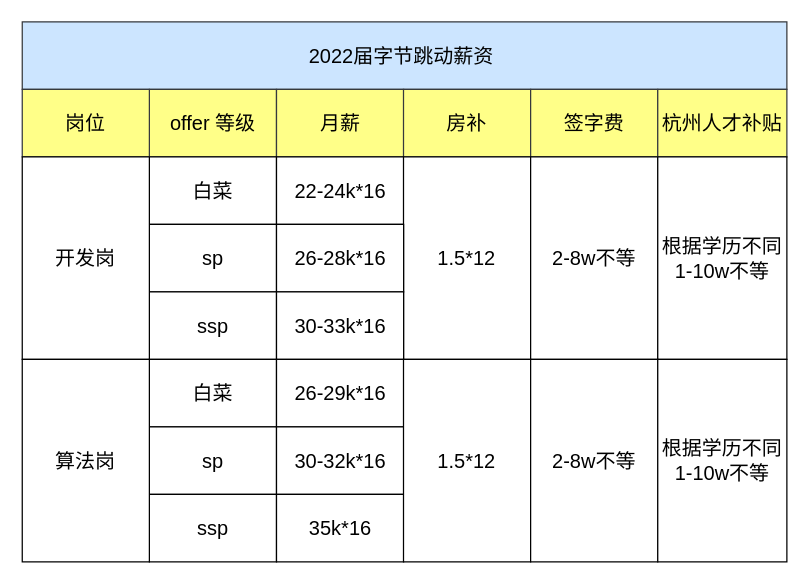
Before: 杂/22届字节.drawio in xiaolincoder/ImageHost4, a draw.io diagram. Source tidied: cells renumbered, new cells numbered last; positions are measured from the earlier drawing's top-left corner, leaving out a move shared by most shapes. Both pictures are drawn from the tidied source at 125%, with x=0, y=0 at pixel (21, 21).
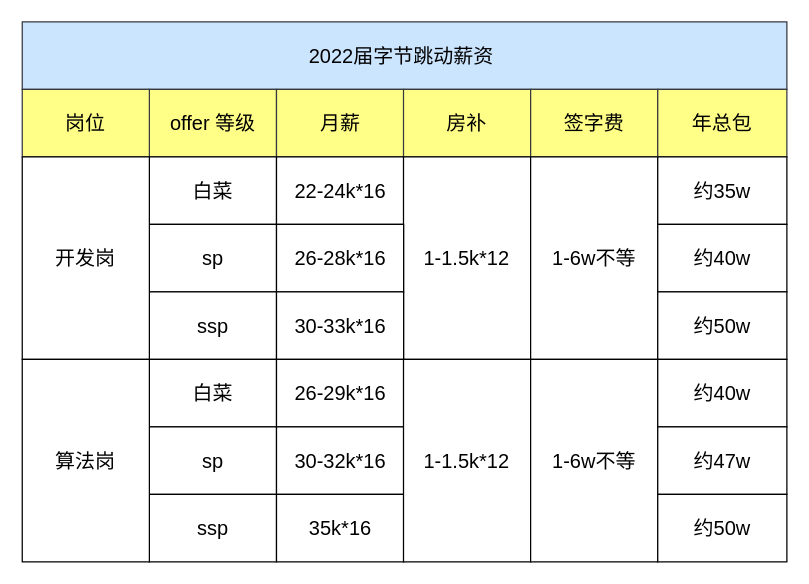
The same diagram, later.

Diff of the diagram source:
```diff
@@
-    <mxCell id="9" value="1.5*12" style="rounded=0;whiteSpace=wrap;html=1;fontSize=16;" parent="1" vertex="1">
+    <mxCell id="9" value="1-1.5k*12" style="rounded=0;whiteSpace=wrap;html=1;fontSize=16;" parent="1" vertex="1">
       <mxGeometry x="305.3" y="108" width="101.7" height="162" as="geometry" />
     </mxCell>
-    <mxCell id="10" value="2-8w不等" style="rounded=0;whiteSpace=wrap;html=1;fontSize=16;" parent="1" vertex="1">
+    <mxCell id="10" value="1-6w不等" style="rounded=0;whiteSpace=wrap;html=1;fontSize=16;" parent="1" vertex="1">
       <mxGeometry x="407" y="108" width="101.7" height="162" as="geometry" />
     </mxCell>
@@
-    <mxCell id="23" value="1.5*12" style="rounded=0;whiteSpace=wrap;html=1;fontSize=16;" parent="1" vertex="1">
+    <mxCell id="23" value="1-1.5k*12" style="rounded=0;whiteSpace=wrap;html=1;fontSize=16;" parent="1" vertex="1">
       <mxGeometry x="305.3" y="270" width="101.7" height="162" as="geometry" />
     </mxCell>
-    <mxCell id="24" value="杭州人才补贴" style="rounded=0;whiteSpace=wrap;html=1;fontSize=16;fillColor=#ffff88;strokeColor=#36393d;" parent="1" vertex="1">
+    <mxCell id="24" value="年总包" style="rounded=0;whiteSpace=wrap;html=1;fontSize=16;fillColor=#ffff88;strokeColor=#36393d;" parent="1" vertex="1">
       <mxGeometry x="508.7" y="54" width="103.3" height="54" as="geometry" />
     </mxCell>
-    <mxCell id="25" value="根据学历不同 1-10w不等" style="rounded=0;whiteSpace=wrap;html=1;fontSize=16;" parent="1" vertex="1">
-      <mxGeometry x="508.7" y="108" width="103.3" height="162" as="geometry" />
-    </mxCell>
-    <mxCell id="26" value="2-8w不等" style="rounded=0;whiteSpace=wrap;html=1;fontSize=16;" parent="1" vertex="1">
+    <mxCell id="26" value="1-6w不等" style="rounded=0;whiteSpace=wrap;html=1;fontSize=16;" parent="1" vertex="1">
       <mxGeometry x="407" y="270" width="101.7" height="162" as="geometry" />
     </mxCell>
-    <mxCell id="27" value="根据学历不同 1-10w不等" style="rounded=0;whiteSpace=wrap;html=1;fontSize=16;" parent="1" vertex="1">
-      <mxGeometry x="508.7" y="270" width="103.3" height="162" as="geometry" />
-    </mxCell>
@@
+    <mxCell id="29" value="约35w" style="rounded=0;whiteSpace=wrap;html=1;fontSize=16;" parent="1" vertex="1">
+      <mxGeometry x="508.7" y="108" width="103.3" height="54" as="geometry" />
+    </mxCell>
+    <mxCell id="30" value="约40w" style="rounded=0;whiteSpace=wrap;html=1;fontSize=16;" parent="1" vertex="1">
+      <mxGeometry x="508.7" y="162" width="103.3" height="54" as="geometry" />
+    </mxCell>
+    <mxCell id="31" value="约50w" style="rounded=0;whiteSpace=wrap;html=1;fontSize=16;" parent="1" vertex="1">
+      <mxGeometry x="508.7" y="216" width="103.3" height="54" as="geometry" />
+    </mxCell>
+    <mxCell id="32" value="约40w" style="rounded=0;whiteSpace=wrap;html=1;fontSize=16;" parent="1" vertex="1">
+      <mxGeometry x="508.7" y="270" width="103.3" height="54" as="geometry" />
+    </mxCell>
+    <mxCell id="33" value="约47w" style="rounded=0;whiteSpace=wrap;html=1;fontSize=16;" parent="1" vertex="1">
+      <mxGeometry x="508.7" y="324" width="103.3" height="54" as="geometry" />
+    </mxCell>
+    <mxCell id="34" value="约50w" style="rounded=0;whiteSpace=wrap;html=1;fontSize=16;" parent="1" vertex="1">
+      <mxGeometry x="508.7" y="378" width="103.3" height="54" as="geometry" />
+    </mxCell>
```
